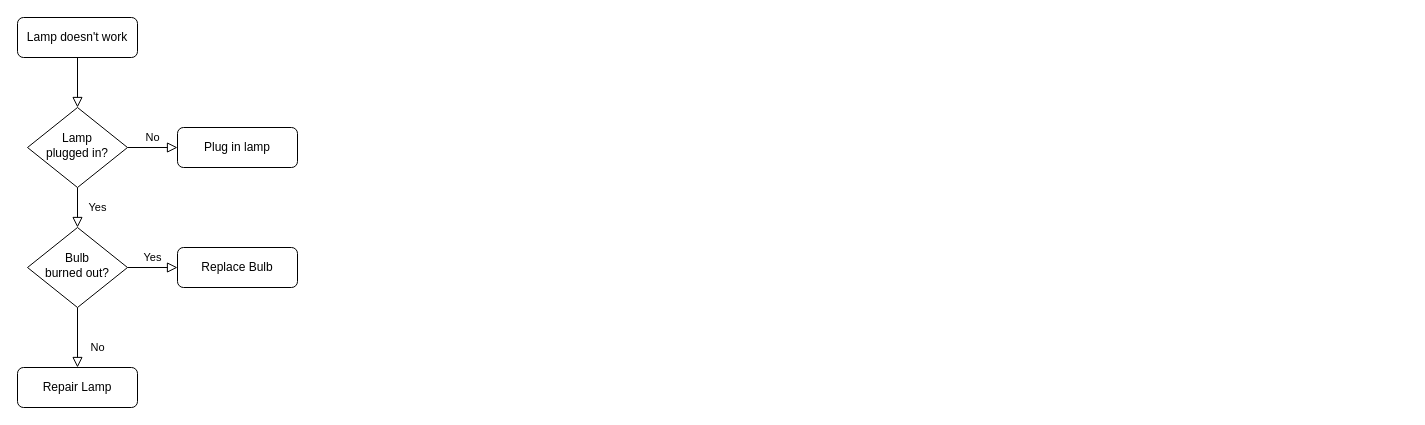
Earlier version of the draw.io diagram Untitled Diagram.drawio (dongqui/test). Source tidied: cells renumbered, new cells numbered last; positions are measured from the earlier drawing's top-left corner, leaving out a move shared by most shapes. Both pictures are drawn from the tidied source at 100%, with x=0, y=0 at pixel (17, 17).
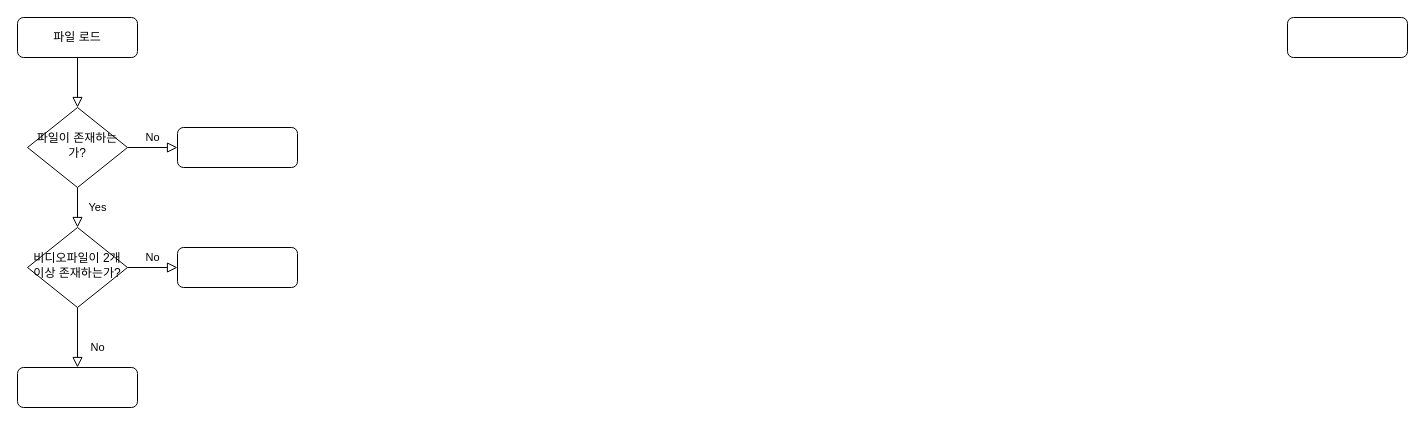
The same page after the edit.

Commit message:
LP flow chart

What changed in the source:
```diff
@@
 <mxGraphModel>
   <root>
     <mxCell id="0" />
     <mxCell id="1" parent="0" />
     <mxCell id="2" style="rounded=0;html=1;jettySize=auto;fontSize=11;endArrow=block;endFill=0;endSize=8;strokeWidth=1;shadow=0;labelBackgroundColor=none;edgeStyle=orthogonalEdgeStyle;" parent="1" edge="1" source="3" target="6">
       <mxGeometry relative="1" as="geometry" />
     </mxCell>
-    <mxCell id="3" value="Lamp doesn't work" style="rounded=1;whiteSpace=wrap;html=1;fontSize=12;glass=0;strokeWidth=1;shadow=0;" parent="1" vertex="1">
+    <mxCell id="3" value="파일 로드" style="rounded=1;whiteSpace=wrap;html=1;fontSize=12;glass=0;strokeWidth=1;shadow=0;" parent="1" vertex="1">
       <mxGeometry width="120" height="40" as="geometry" />
     </mxCell>
     <mxCell id="4" value="Yes" style="rounded=0;html=1;jettySize=auto;fontSize=11;endArrow=block;endFill=0;endSize=8;strokeWidth=1;shadow=0;labelBackgroundColor=none;edgeStyle=orthogonalEdgeStyle;" parent="1" edge="1" source="6" target="10">
       <mxGeometry y="20" relative="1" as="geometry" />
     </mxCell>
     <mxCell id="5" value="No" style="edgeStyle=orthogonalEdgeStyle;rounded=0;html=1;jettySize=auto;fontSize=11;endArrow=block;endFill=0;endSize=8;strokeWidth=1;shadow=0;labelBackgroundColor=none;" parent="1" edge="1" source="6" target="7">
       <mxGeometry y="10" relative="1" as="geometry" />
     </mxCell>
-    <mxCell id="6" value="Lamp&lt;br&gt;plugged in?" style="rhombus;whiteSpace=wrap;html=1;shadow=0;fontFamily=Helvetica;fontSize=12;align=center;strokeWidth=1;spacing=6;spacingTop=-4;" parent="1" vertex="1">
+    <mxCell id="6" value="파일이 존재하는가?" style="rhombus;whiteSpace=wrap;html=1;shadow=0;fontFamily=Helvetica;fontSize=12;align=center;strokeWidth=1;spacing=6;spacingTop=-4;" parent="1" vertex="1">
       <mxGeometry x="10" y="90" width="100" height="80" as="geometry" />
     </mxCell>
-    <mxCell id="7" value="Plug in lamp" style="rounded=1;whiteSpace=wrap;html=1;fontSize=12;glass=0;strokeWidth=1;shadow=0;" parent="1" vertex="1">
+    <mxCell id="7" style="rounded=1;whiteSpace=wrap;html=1;fontSize=12;glass=0;strokeWidth=1;shadow=0;" parent="1" vertex="1">
       <mxGeometry x="160" y="110" width="120" height="40" as="geometry" />
     </mxCell>
     <mxCell id="8" value="No" style="rounded=0;html=1;jettySize=auto;fontSize=11;endArrow=block;endFill=0;endSize=8;strokeWidth=1;shadow=0;labelBackgroundColor=none;edgeStyle=orthogonalEdgeStyle;" parent="1" edge="1" source="10" target="11">
       <mxGeometry x="0.33" y="20" relative="1" as="geometry" />
     </mxCell>
-    <mxCell id="9" value="Yes" style="edgeStyle=orthogonalEdgeStyle;rounded=0;html=1;jettySize=auto;fontSize=11;endArrow=block;endFill=0;endSize=8;strokeWidth=1;shadow=0;labelBackgroundColor=none;" parent="1" edge="1" source="10" target="12">
+    <mxCell id="9" value="No" style="edgeStyle=orthogonalEdgeStyle;rounded=0;html=1;jettySize=auto;fontSize=11;endArrow=block;endFill=0;endSize=8;strokeWidth=1;shadow=0;labelBackgroundColor=none;" parent="1" edge="1" source="10" target="12">
       <mxGeometry y="10" relative="1" as="geometry" />
     </mxCell>
-    <mxCell id="10" value="Bulb&lt;br&gt;burned out?" style="rhombus;whiteSpace=wrap;html=1;shadow=0;fontFamily=Helvetica;fontSize=12;align=center;strokeWidth=1;spacing=6;spacingTop=-4;" parent="1" vertex="1">
+    <mxCell id="10" value="비디오파일이 2개이상 존재하는가?" style="rhombus;whiteSpace=wrap;html=1;shadow=0;fontFamily=Helvetica;fontSize=12;align=center;strokeWidth=1;spacing=6;spacingTop=-4;" parent="1" vertex="1">
       <mxGeometry x="10" y="210" width="100" height="80" as="geometry" />
     </mxCell>
-    <mxCell id="11" value="Repair Lamp" style="rounded=1;whiteSpace=wrap;html=1;fontSize=12;glass=0;strokeWidth=1;shadow=0;" parent="1" vertex="1">
+    <mxCell id="11" style="rounded=1;whiteSpace=wrap;html=1;fontSize=12;glass=0;strokeWidth=1;shadow=0;" parent="1" vertex="1">
       <mxGeometry y="350" width="120" height="40" as="geometry" />
     </mxCell>
-    <mxCell id="12" value="Replace Bulb" style="rounded=1;whiteSpace=wrap;html=1;fontSize=12;glass=0;strokeWidth=1;shadow=0;" parent="1" vertex="1">
+    <mxCell id="12" style="rounded=1;whiteSpace=wrap;html=1;fontSize=12;glass=0;strokeWidth=1;shadow=0;" parent="1" vertex="1">
       <mxGeometry x="160" y="230" width="120" height="40" as="geometry" />
     </mxCell>
+    <mxCell id="13" style="rounded=1;whiteSpace=wrap;html=1;fontSize=12;glass=0;strokeWidth=1;shadow=0;" parent="1" vertex="1">
+      <mxGeometry x="1270" width="120" height="40" as="geometry" />
+    </mxCell>
   </root>
 </mxGraphModel>
```
